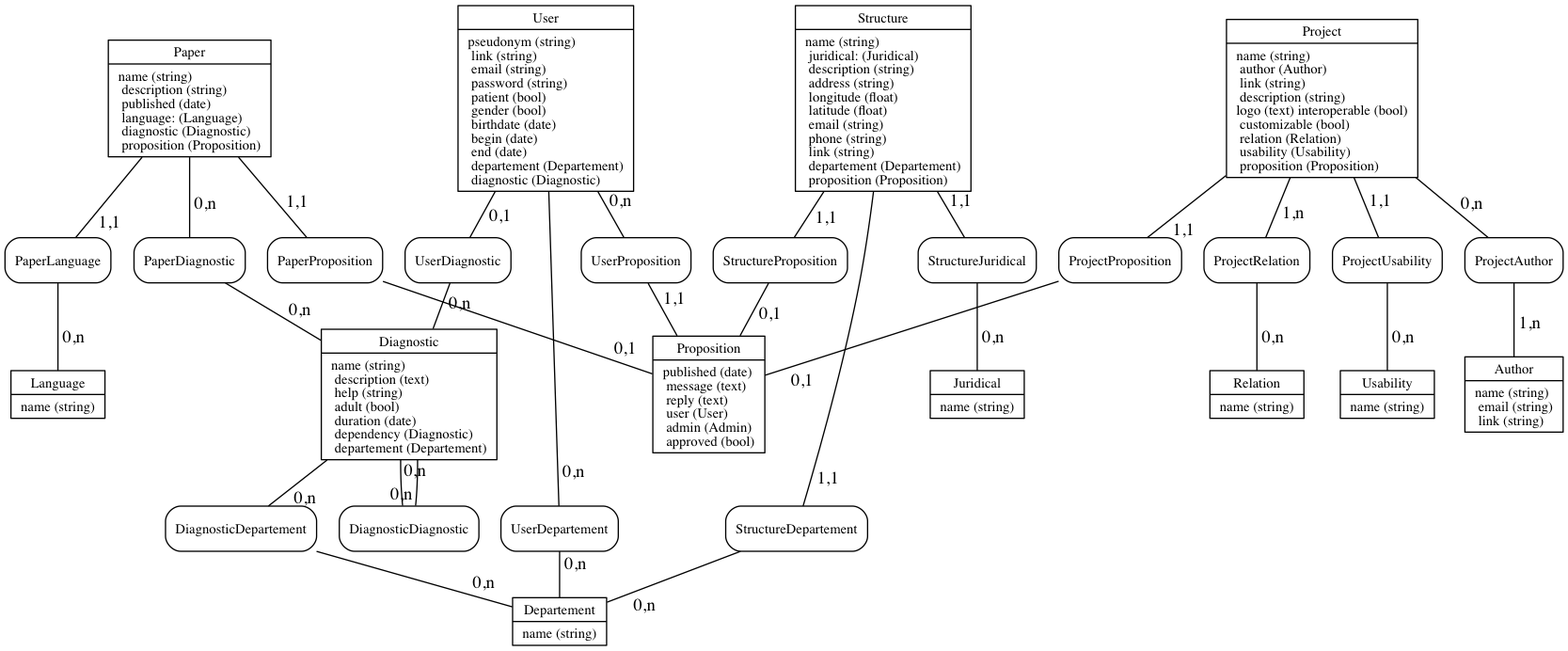
This is mcd.png from adjivas/site-ref, a Graphviz export, as it was before one commit. Its source is kept beside it as mcd.dot. Its diagram source:
```dot
graph siteRef {

 splines = true;
 overlap = scalexy;
 node [fontsize = 11];


 nodeTablePaper [label = "{
  Paper
    |
    name (string)\l
    description (string)\l
    published (date)\l
    language: (Language)\l
    diagnostic (Diagnostic)\l
    proposition (Proposition)\l
 }", shape=record];

 nodeTableStructure [label = "{
  Structure
    |
    name (string)\l
    juridical: (Juridical)\l
    description (string)\l
    address (string)\l
    longitude (float)\l
    latitude (float)\l
    email (string)\l
    phone (string)\l
    link (string)\l
    departement (Departement)\l
    proposition (Proposition)\l
 }", shape=record];

 nodeTableJuridical [label = "{
  Juridical
    |
    name (string)\l
 }", shape=record];

 nodeTableDepartement [label = "{
  Departement
    |
    name (string)\l
 }", shape=record];

 nodeTableProject [label = "{
  Project
    |
    name (string)\l
    author (Author)\l
    link (string)\l
    description (string)\l
	logo (text)\
    interoperable (bool)\l
    customizable (bool)\l
    relation (Relation)\l
    usability (Usability)\l
    proposition (Proposition)\l
 }", shape=record];

 nodeTableAuthor [label = "{
  Author
   |
    name (string)\l
    email (string)\l
    link (string)\l
 }", shape=record];

 nodeTableRelation [label = "{
  Relation
   |
    name (string)\l
 }", shape=record];

 nodeTableUsability [label = "{
  Usability
   |
    name (string)\l
 }", shape=record];

 nodeTableProposition [label = "{
  Proposition
   |
    published (date)\l
    message (text)\l
    reply (text)\l
    user (User)\l
    admin (Admin)\l
    approved (bool)\l
 }", shape=record];

 nodeTableDiagnostic [label = "{
  Diagnostic
   |
    name (string)\l
    description (text)\l
    help (string)\l
    adult (bool)\l
                                duration (date)\l
    dependency (Diagnostic)\l
    departement (Departement)\l
 }", shape=record];

 nodeTableUser [label = "{
  User
   |
    pseudonym (string)\l
    link (string)\l
    email (string)\l
    password (string)\l
    patient (bool)\l
    gender (bool)\l
    birthdate (date)\l
    begin (date)\l
    end (date)\l
    departement (Departement)\l
    diagnostic (Diagnostic)\l
 }", shape=record];

 nodeTableLanguage [label = "{
  Language
   |
    name (string)\l
 }", shape=record];


 nodeRelationPaperDiagnostic [label = "{PaperDiagnostic}", shape = Mrecord];
 nodeRelationPaperProposition [label = "{PaperProposition}", shape = Mrecord];
 nodeRelationStructureJuridical [label = "{StructureJuridical}", shape = Mrecord];
 nodeRelationStructureDepartement [label = "{StructureDepartement}", shape = Mrecord];
 nodeRelationStructureProposition [label = "{StructureProposition}", shape = Mrecord];
 nodeRelationProjectRelation [label = "{ProjectRelation}", shape = Mrecord];
 nodeRelationProjectUsability [label = "{ProjectUsability}", shape = Mrecord];
 nodeRelationProjectProposition [label = "{ProjectProposition}", shape = Mrecord];
 nodeRelationProjectAuthor [label = "{ProjectAuthor}", shape = Mrecord];
 nodeRelationDiagnosticDiagnostic [label = "{DiagnosticDiagnostic}", shape = Mrecord];
 nodeRelationDiagnosticDepartement [label = "{DiagnosticDepartement}", shape = Mrecord];
 nodeRelationUserDepartement [label = "{UserDepartement}", shape = Mrecord];
 nodeRelationUserDiagnostic [label = "{UserDiagnostic}", shape = Mrecord];
 nodeRelationPaperLanguage [label = "{PaperLanguage}", shape = Mrecord];
 nodeRelationUserProposition [label = "{UserProposition}", shape = Mrecord];


 nodeTablePaper -- nodeRelationPaperDiagnostic [headlabel = "0,n", labeldistance = 3];
 nodeRelationPaperDiagnostic -- nodeTableDiagnostic [headlabel = "0,n", labeldistance = 3];
 nodeTablePaper -- nodeRelationPaperProposition [headlabel = "1,1", labeldistance = 3];
 nodeRelationPaperProposition -- nodeTableProposition [headlabel = "0,1", labeldistance = 3]
 nodeTablePaper -- nodeRelationPaperLanguage [headlabel = "1,1", labeldistance = 3];
 nodeRelationPaperLanguage -- nodeTableLanguage [headlabel = "0,n", labeldistance = 3]
 nodeTableStructure -- nodeRelationStructureJuridical [headlabel = "1,1", labeldistance = 3];
 nodeRelationStructureJuridical -- nodeTableJuridical [headlabel = "0,n", labeldistance = 3];
 nodeTableStructure -- nodeRelationStructureDepartement [headlabel = "1,1", labeldistance = 3];
 nodeRelationStructureDepartement -- nodeTableDepartement [headlabel = "0,n", labeldistance = 3];
 nodeTableStructure -- nodeRelationStructureProposition [headlabel = "1,1", labeldistance = 3];
 nodeRelationStructureProposition -- nodeTableProposition [headlabel = "0,1", labeldistance = 3];
 nodeTableProject -- nodeRelationProjectRelation [headlabel = "1,n", labeldistance = 3];
 nodeRelationProjectRelation -- nodeTableRelation [headlabel = "0,n", labeldistance = 3];
 nodeTableProject -- nodeRelationProjectUsability [headlabel = "1,1", labeldistance = 3];
 nodeRelationProjectUsability -- nodeTableUsability [headlabel = "0,n", labeldistance = 3];
 nodeTableProject -- nodeRelationProjectProposition [headlabel = "1,1", labeldistance = 3];
 nodeRelationProjectProposition -- nodeTableProposition [headlabel = "0,1", labeldistance = 3];
 nodeTableProject -- nodeRelationProjectAuthor [headlabel = "0,n", labeldistance = 3];
 nodeRelationProjectAuthor -- nodeTableAuthor [headlabel = "1,n", labeldistance = 3];
 nodeTableDiagnostic -- nodeRelationDiagnosticDiagnostic [headlabel = "0,n", labeldistance = 3];
 nodeRelationDiagnosticDiagnostic -- nodeTableDiagnostic [headlabel = "0,n", labeldistance = 3];
 nodeTableDiagnostic -- nodeRelationDiagnosticDepartement [headlabel = "0,n", labeldistance = 3];
 nodeRelationDiagnosticDepartement -- nodeTableDepartement [headlabel = "0,n", labeldistance = 3];
 nodeTableUser -- nodeRelationUserDepartement [headlabel = "0,n", labeldistance = 3];
 nodeRelationUserDepartement -- nodeTableDepartement [headlabel = "0,n", labeldistance = 3];
 nodeTableUser -- nodeRelationUserDiagnostic [headlabel = "0,1", labeldistance = 3];
 nodeRelationUserDiagnostic -- nodeTableDiagnostic [headlabel = "0,n", labeldistance = 3];
 nodeTableUser -- nodeRelationUserProposition [headlabel = "0,n", labeldistance = 3];
 nodeRelationUserProposition -- nodeTableProposition [headlabel = "1,1", labeldistance = 3];
}
```
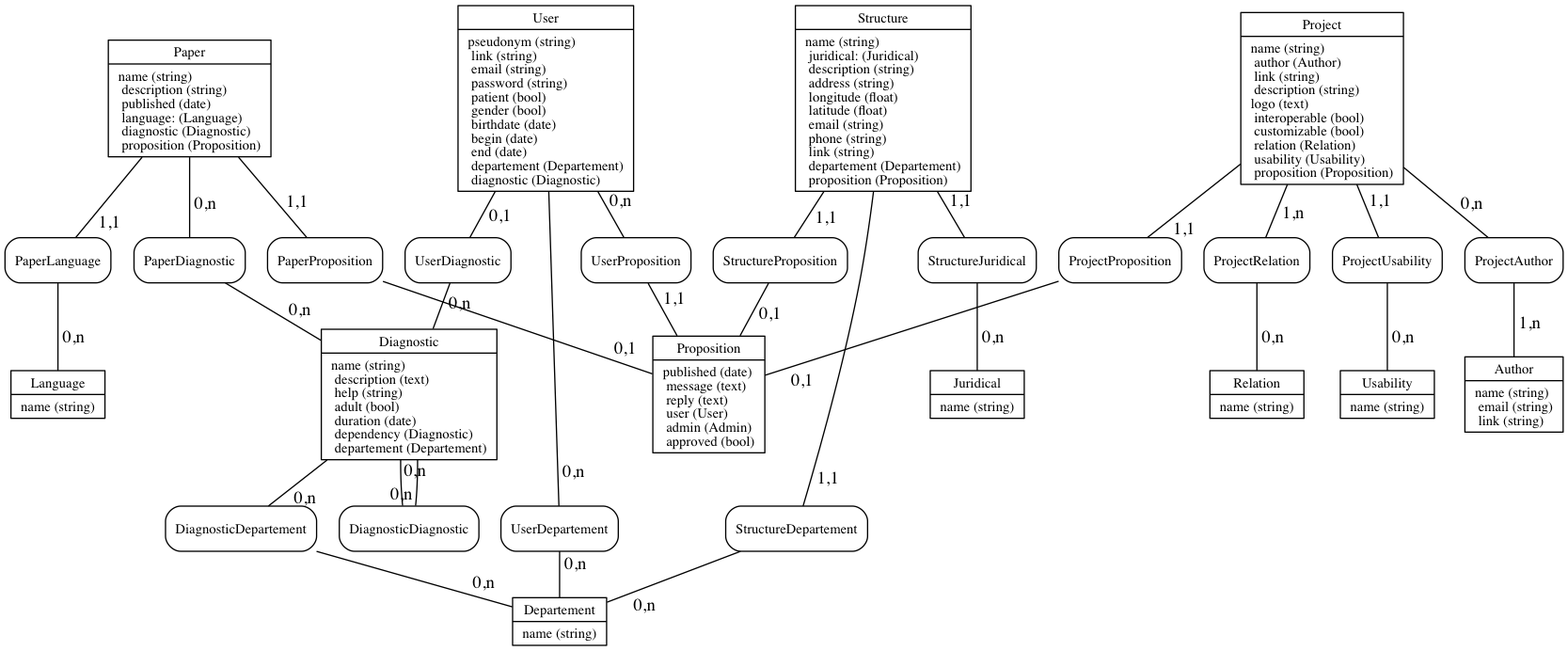
The same file after the commit.

Commit message:
fix breakline from mcd

What changed in the source:
```diff
@@ -51,7 +51,7 @@
     author (Author)\l
     link (string)\l
     description (string)\l
-	logo (text)\
+	logo (text)\l
     interoperable (bool)\l
     customizable (bool)\l
     relation (Relation)\l
```
